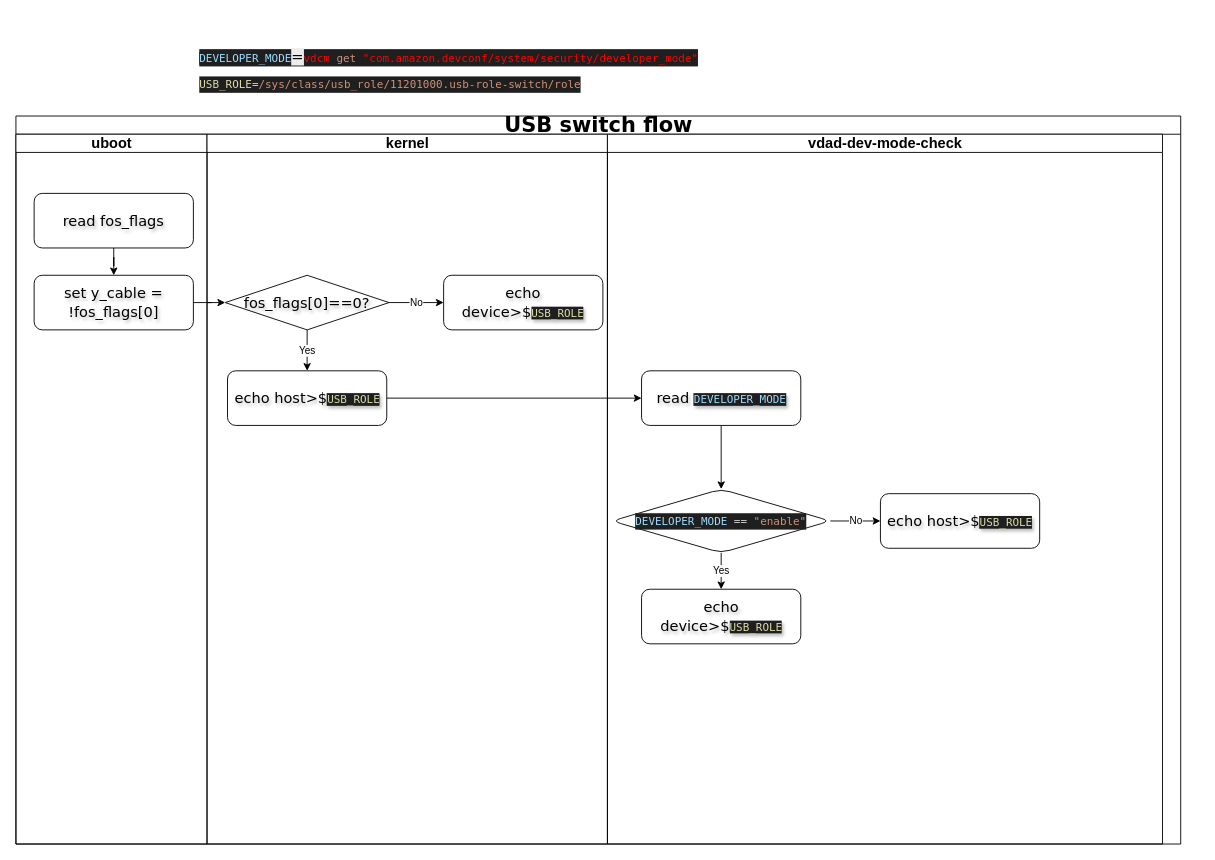
Above: usb_switch_flow.drawio in skyliangbogit/test (draw.io), before the change. Source tidied: cells renumbered, new cells numbered last; positions are measured from the earlier drawing's top-left corner, leaving out a move shared by most shapes. Both pictures are drawn from the tidied source at 91%, with x=0, y=0 at pixel (15, 43).
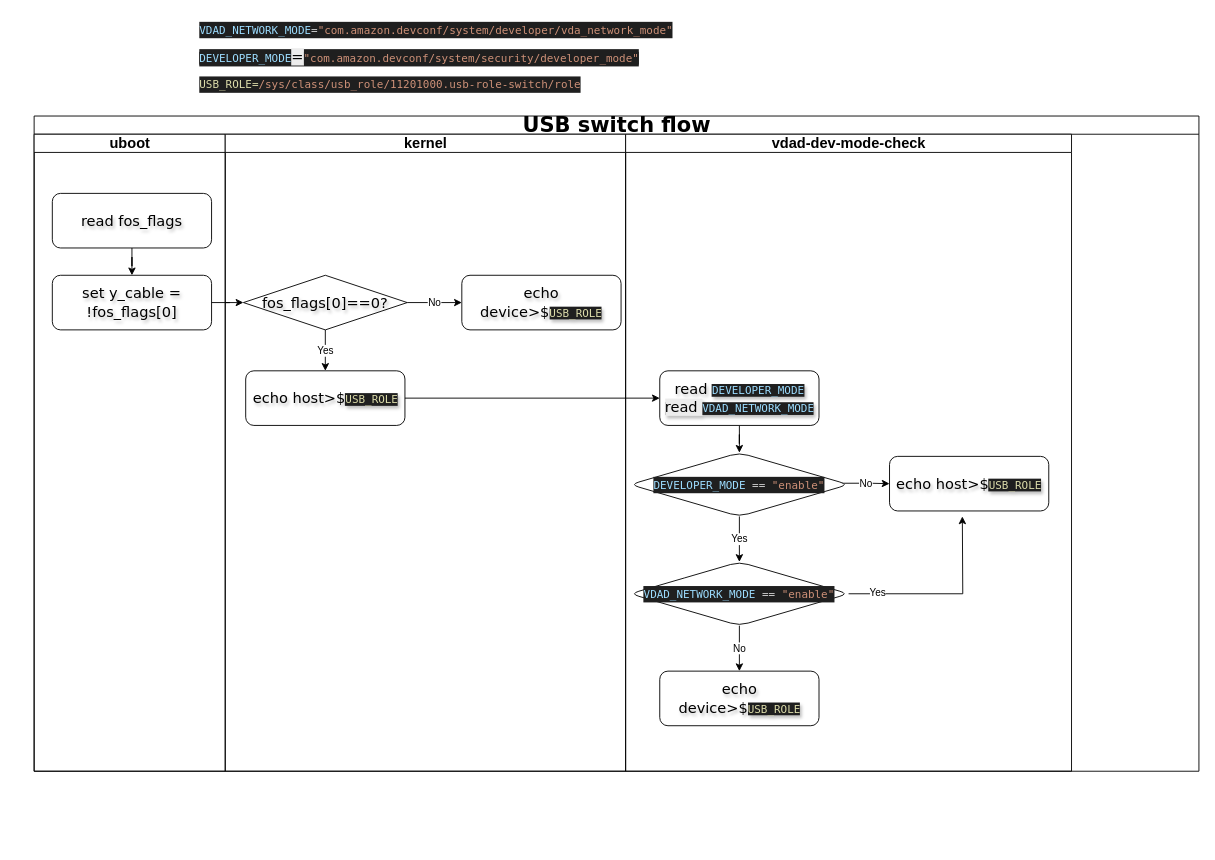
After the change.

What changed in the source:
```diff
@@
     <mxCell id="2" value="&lt;h2&gt;&lt;font style=&quot;font-size: 23px;&quot;&gt;USB switch flow&lt;/font&gt;&lt;/h2&gt;" style="swimlane;html=1;startSize=20;rounded=0;shadow=0;labelBackgroundColor=none;strokeWidth=1;fontFamily=Verdana;fontSize=8;align=center;" parent="1" vertex="1">
-      <mxGeometry y="80" width="1280" height="800" as="geometry" />
+      <mxGeometry x="20" y="80" width="1280" height="720" as="geometry" />
     </mxCell>
     <mxCell id="3" value="uboot" style="swimlane;html=1;startSize=20;fontSize=16;" parent="2" vertex="1">
-      <mxGeometry y="20" width="210" height="780" as="geometry" />
+      <mxGeometry y="20" width="210" height="700" as="geometry" />
     </mxCell>
@@
     <mxCell id="7" value="kernel" style="swimlane;html=1;startSize=20;fontSize=16;" parent="2" vertex="1">
-      <mxGeometry x="210" y="20" width="440" height="780" as="geometry" />
+      <mxGeometry x="210" y="20" width="440" height="700" as="geometry" />
     </mxCell>
@@
     <mxCell id="15" value="vdad-dev-mode-check" style="swimlane;html=1;startSize=20;fontSize=16;" parent="2" vertex="1">
-      <mxGeometry x="650" y="20" width="610" height="780" as="geometry" />
+      <mxGeometry x="650" y="20" width="490" height="700" as="geometry" />
     </mxCell>
@@
-    <mxCell id="17" value="read&amp;nbsp;&lt;span style=&quot;color: rgb(156, 220, 254); background-color: rgb(31, 31, 31); font-family: Menlo, Monaco, &amp;quot;Courier New&amp;quot;, monospace; font-size: 12px; white-space: pre;&quot;&gt;DEVELOPER_MODE&lt;/span&gt;" style="rounded=1;whiteSpace=wrap;html=1;shadow=0;labelBackgroundColor=none;strokeWidth=1;fontFamily=Verdana;fontSize=16;align=center;textShadow=1;" parent="15" vertex="1">
+    <mxCell id="17" value="read&amp;nbsp;&lt;span style=&quot;color: rgb(156, 220, 254); background-color: rgb(31, 31, 31); font-family: Menlo, Monaco, &amp;quot;Courier New&amp;quot;, monospace; font-size: 12px; white-space: pre;&quot;&gt;DEVELOPER_MODE&lt;/span&gt;&lt;div&gt;&lt;span style=&quot;color: rgb(156, 220, 254); background-color: rgb(31, 31, 31); font-family: Menlo, Monaco, &amp;quot;Courier New&amp;quot;, monospace; font-size: 12px; white-space: pre;&quot;&gt;&lt;span style=&quot;color: rgb(0, 0, 0); font-family: Verdana; font-size: 16px; white-space: normal; background-color: rgb(236, 236, 236);&quot;&gt;read&amp;nbsp;&lt;/span&gt;&lt;/span&gt;&lt;span style=&quot;background-color: rgb(31, 31, 31); color: rgb(156, 220, 254); font-family: Menlo, Monaco, &amp;quot;Courier New&amp;quot;, monospace; font-size: 12px; text-align: left; white-space: pre;&quot;&gt;VDAD_NETWORK_MODE&lt;/span&gt;&lt;/div&gt;" style="rounded=1;whiteSpace=wrap;html=1;shadow=0;labelBackgroundColor=none;strokeWidth=1;fontFamily=Verdana;fontSize=16;align=center;textShadow=1;" parent="15" vertex="1">
       <mxGeometry x="37.5" y="260" width="175" height="60" as="geometry" />
     </mxCell>
-    <mxCell id="18" value="Yes" style="edgeStyle=orthogonalEdgeStyle;rounded=0;jettySize=auto;html=1;" parent="15" edge="1" source="20" target="21">
+    <mxCell id="18" value="Yes" style="edgeStyle=orthogonalEdgeStyle;rounded=0;jettySize=auto;html=1;entryX=0.5;entryY=0;entryDx=0;entryDy=0;" parent="15" edge="1" source="20" target="28">
       <mxGeometry relative="1" as="geometry" />
     </mxCell>
-    <mxCell id="19" value="No" style="edgeStyle=orthogonalEdgeStyle;rounded=0;jettySize=auto;html=1;" parent="15" edge="1" source="20" target="22">
+    <mxCell id="19" value="No" style="edgeStyle=orthogonalEdgeStyle;rounded=0;jettySize=auto;html=1;exitX=0.971;exitY=0.479;exitDx=0;exitDy=0;exitPerimeter=0;" parent="15" edge="1" source="20" target="22">
       <mxGeometry relative="1" as="geometry" />
     </mxCell>
     <mxCell id="20" value="&lt;div style=&quot;background-color: rgb(31, 31, 31); font-family: Menlo, Monaco, &amp;quot;Courier New&amp;quot;, monospace; font-size: 12px; line-height: 18px; white-space: pre;&quot;&gt;&lt;span&gt;&lt;span style=&quot;color: rgb(156, 220, 254);&quot;&gt;DEVELOPER_MODE &lt;/span&gt;&lt;/span&gt;&lt;span style=&quot;color: rgb(212, 212, 212);&quot;&gt;==&lt;/span&gt;&lt;span style=&quot;color: rgb(204, 204, 204);&quot;&gt; &lt;/span&gt;&lt;span style=&quot;color: rgb(206, 145, 120);&quot;&gt;&quot;enable&quot;&lt;/span&gt;&lt;/div&gt;" style="rhombus;whiteSpace=wrap;html=1;fontSize=16;fontFamily=Verdana;rounded=1;shadow=0;labelBackgroundColor=none;strokeWidth=1;" parent="15" vertex="1">
-      <mxGeometry x="5" y="390" width="240" height="70" as="geometry" />
+      <mxGeometry x="5" y="350" width="240" height="70" as="geometry" />
     </mxCell>
     <mxCell id="21" value="echo device&amp;gt;$&lt;span style=&quot;color: rgb(220, 220, 170); font-family: Menlo, Monaco, &amp;quot;Courier New&amp;quot;, monospace; font-size: 12px; text-align: left; white-space: pre; background-color: rgb(31, 31, 31);&quot;&gt;USB_ROLE&lt;/span&gt;" style="rounded=1;whiteSpace=wrap;html=1;shadow=0;labelBackgroundColor=none;strokeWidth=1;fontFamily=Verdana;fontSize=16;align=center;textShadow=1;" parent="15" vertex="1">
-      <mxGeometry x="37.5" y="500" width="175" height="60" as="geometry" />
+      <mxGeometry x="37.5" y="590" width="175" height="60" as="geometry" />
     </mxCell>
     <mxCell id="22" value="echo host&amp;gt;$&lt;span style=&quot;color: rgb(220, 220, 170); font-family: Menlo, Monaco, &amp;quot;Courier New&amp;quot;, monospace; font-size: 12px; text-align: left; white-space: pre; background-color: rgb(31, 31, 31);&quot;&gt;USB_ROLE&lt;/span&gt;" style="rounded=1;whiteSpace=wrap;html=1;shadow=0;labelBackgroundColor=none;strokeWidth=1;fontFamily=Verdana;fontSize=16;align=center;textShadow=1;" parent="15" vertex="1">
-      <mxGeometry x="300" y="395" width="175" height="60" as="geometry" />
+      <mxGeometry x="290" y="354" width="175" height="60" as="geometry" />
     </mxCell>
+    <mxCell id="25" value="No" style="edgeStyle=orthogonalEdgeStyle;rounded=0;jettySize=auto;html=1;" parent="15" edge="1" source="28" target="21">
+      <mxGeometry relative="1" as="geometry" />
+    </mxCell>
+    <mxCell id="26" style="edgeStyle=orthogonalEdgeStyle;rounded=0;jettySize=auto;html=1;exitX=1;exitY=0.5;exitDx=0;exitDy=0;" parent="15" edge="1" source="28">
+      <mxGeometry relative="1" as="geometry">
+        <mxPoint x="370" y="420" as="targetPoint" />
+      </mxGeometry>
+    </mxCell>
+    <mxCell id="27" value="Yes" style="edgeLabel;html=1;align=center;verticalAlign=middle;" parent="26" vertex="1">
+      <mxGeometry x="-0.71" y="2" relative="1" as="geometry" />
+    </mxCell>
+    <mxCell id="28" value="&lt;div style=&quot;background-color: rgb(31, 31, 31); font-family: Menlo, Monaco, &amp;quot;Courier New&amp;quot;, monospace; font-size: 12px; line-height: 18px; white-space: pre;&quot;&gt;&lt;span style=&quot;color: rgb(156, 220, 254); text-align: left;&quot;&gt;VDAD_NETWORK_MODE&lt;/span&gt;&lt;span&gt;&lt;span style=&quot;color: rgb(156, 220, 254);&quot;&gt; &lt;/span&gt;&lt;/span&gt;&lt;span style=&quot;color: rgb(212, 212, 212);&quot;&gt;==&lt;/span&gt;&lt;span style=&quot;color: rgb(204, 204, 204);&quot;&gt; &lt;/span&gt;&lt;span style=&quot;color: rgb(206, 145, 120);&quot;&gt;&quot;enable&quot;&lt;/span&gt;&lt;/div&gt;" style="rhombus;whiteSpace=wrap;html=1;fontSize=16;fontFamily=Verdana;rounded=1;shadow=0;labelBackgroundColor=none;strokeWidth=1;" parent="15" vertex="1">
+      <mxGeometry x="5" y="470" width="240" height="70" as="geometry" />
+    </mxCell>
@@
-    <mxCell id="24" value="&lt;div style=&quot;background-color: rgb(31, 31, 31); font-family: Menlo, Monaco, &amp;quot;Courier New&amp;quot;, monospace; font-weight: normal; font-size: 12px; line-height: 18px; white-space: pre;&quot;&gt;&lt;div style=&quot;&quot;&gt;&lt;span style=&quot;color: rgb(156, 220, 254); background-color: light-dark(rgb(31, 31, 31), rgb(210, 210, 210));&quot;&gt;DEVELOPER_MODE&lt;/span&gt;&lt;span&gt;&lt;span style=&quot;background-color: light-dark(rgb(31, 31, 31), rgb(210, 210, 210));&quot;&gt;&lt;span style=&quot;color: rgb(0, 0, 0); background-color: rgb(236, 236, 236); font-family: Verdana; font-size: 16px; text-align: center; white-space: normal;&quot;&gt;=&lt;/span&gt;&lt;font style=&quot;color: rgb(255, 0, 0);&quot;&gt;vdcm&lt;/font&gt;&lt;/span&gt;&lt;span style=&quot;color: light-dark(rgb(204, 204, 204), rgb(62, 62, 62)); background-color: light-dark(rgb(31, 31, 31), rgb(210, 210, 210));&quot;&gt; &lt;/span&gt;&lt;span style=&quot;color: light-dark(rgb(206, 145, 120), rgb(145, 93, 71)); background-color: light-dark(rgb(31, 31, 31), rgb(210, 210, 210));&quot;&gt;get&lt;/span&gt;&lt;span style=&quot;color: light-dark(rgb(204, 204, 204), rgb(62, 62, 62)); background-color: light-dark(rgb(31, 31, 31), rgb(210, 210, 210));&quot;&gt; &lt;/span&gt;&lt;font style=&quot;color: rgb(255, 0, 0);&quot;&gt;&quot;com.amazon.devconf/system/security/developer_mode&quot;&lt;/font&gt;&lt;/span&gt;&lt;/div&gt;&lt;/div&gt;" style="text;whiteSpace=wrap;html=1;" parent="1" vertex="1">
+    <mxCell id="24" value="&lt;div style=&quot;background-color: rgb(31, 31, 31); font-family: Menlo, Monaco, &amp;quot;Courier New&amp;quot;, monospace; font-weight: normal; font-size: 12px; line-height: 18px; white-space: pre;&quot;&gt;&lt;div style=&quot;&quot;&gt;&lt;span style=&quot;color: rgb(156, 220, 254); background-color: light-dark(rgb(31, 31, 31), rgb(210, 210, 210));&quot;&gt;DEVELOPER_MODE&lt;/span&gt;&lt;span&gt;&lt;span style=&quot;background-color: light-dark(rgb(31, 31, 31), rgb(210, 210, 210));&quot;&gt;&lt;span style=&quot;color: rgb(0, 0, 0); background-color: rgb(236, 236, 236); font-family: Verdana; font-size: 16px; text-align: center; white-space: normal;&quot;&gt;=&lt;/span&gt;&lt;/span&gt;&lt;/span&gt;&lt;span style=&quot;color: rgb(206, 145, 120); background-color: light-dark(rgb(31, 31, 31), rgb(210, 210, 210));&quot;&gt;&quot;com.amazon.devconf/system/security/developer_mode&quot;&lt;/span&gt;&lt;/div&gt;&lt;/div&gt;" style="text;whiteSpace=wrap;html=1;" parent="1" vertex="1">
       <mxGeometry x="200" width="430" height="40" as="geometry" />
     </mxCell>
+    <mxCell id="29" value="&lt;div style=&quot;color: #cccccc;background-color: #1f1f1f;font-family: Menlo, Monaco, 'Courier New', monospace;font-weight: normal;font-size: 12px;line-height: 18px;white-space: pre;&quot;&gt;&lt;div&gt;&lt;span style=&quot;color: #9cdcfe;&quot;&gt;VDAD_NETWORK_MODE&lt;/span&gt;&lt;span style=&quot;color: #d4d4d4;&quot;&gt;=&lt;/span&gt;&lt;span style=&quot;color: #ce9178;&quot;&gt;&quot;com.amazon.devconf/system/developer/vda_network_mode&quot;&lt;/span&gt;&lt;/div&gt;&lt;div&gt;&lt;span style=&quot;color: #9cdcfe;&quot;&gt;&lt;/span&gt;&lt;/div&gt;&lt;/div&gt;" style="text;whiteSpace=wrap;html=1;" parent="1" vertex="1">
+      <mxGeometry x="200" y="-30" width="560" height="40" as="geometry" />
+    </mxCell>
```
